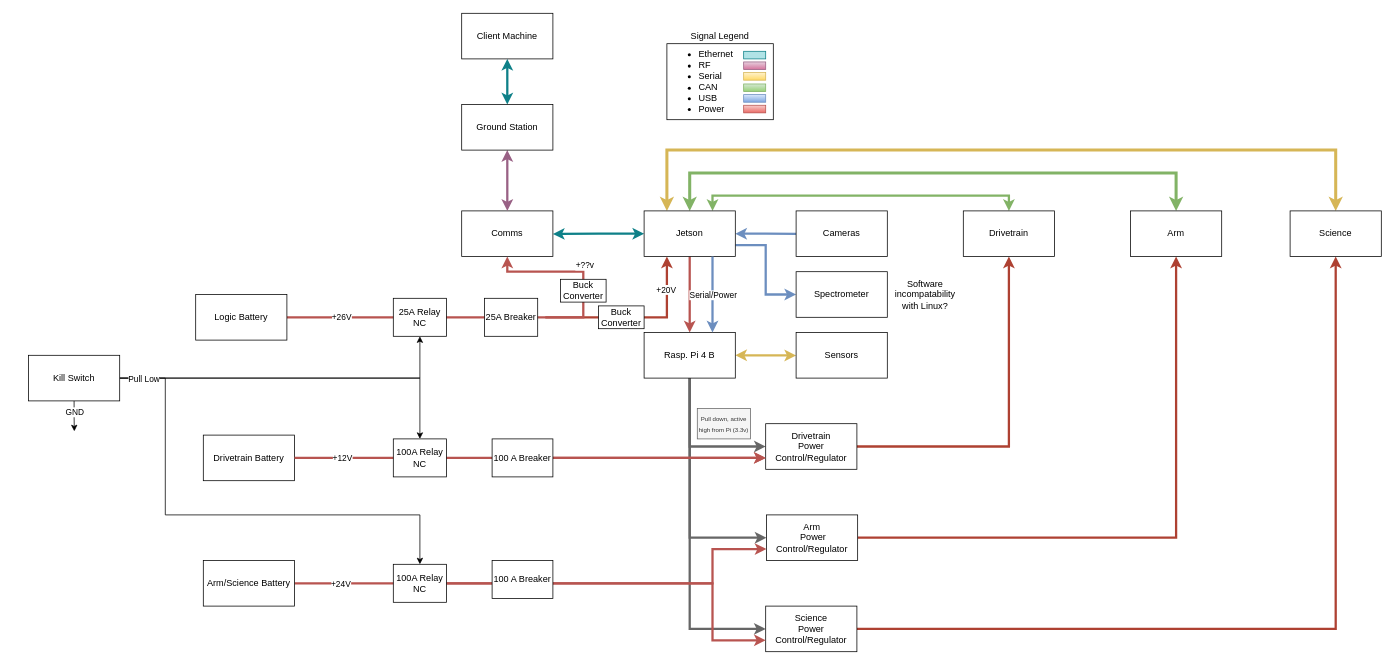
Above: page "High Level" (1 of 5) of Rover Architecture/BILLEE Hardware Rover Architecture.drawio in BroncoSpace-BILLEE/BILLEE-Hardware-2025-2026 (draw.io), before the change. Source tidied: cells renumbered, new cells numbered last; positions are measured from the earlier drawing's top-left corner, leaving out a move shared by most shapes. Both pictures are drawn from the tidied source at 76%, with x=0, y=0 at pixel (28, 13).
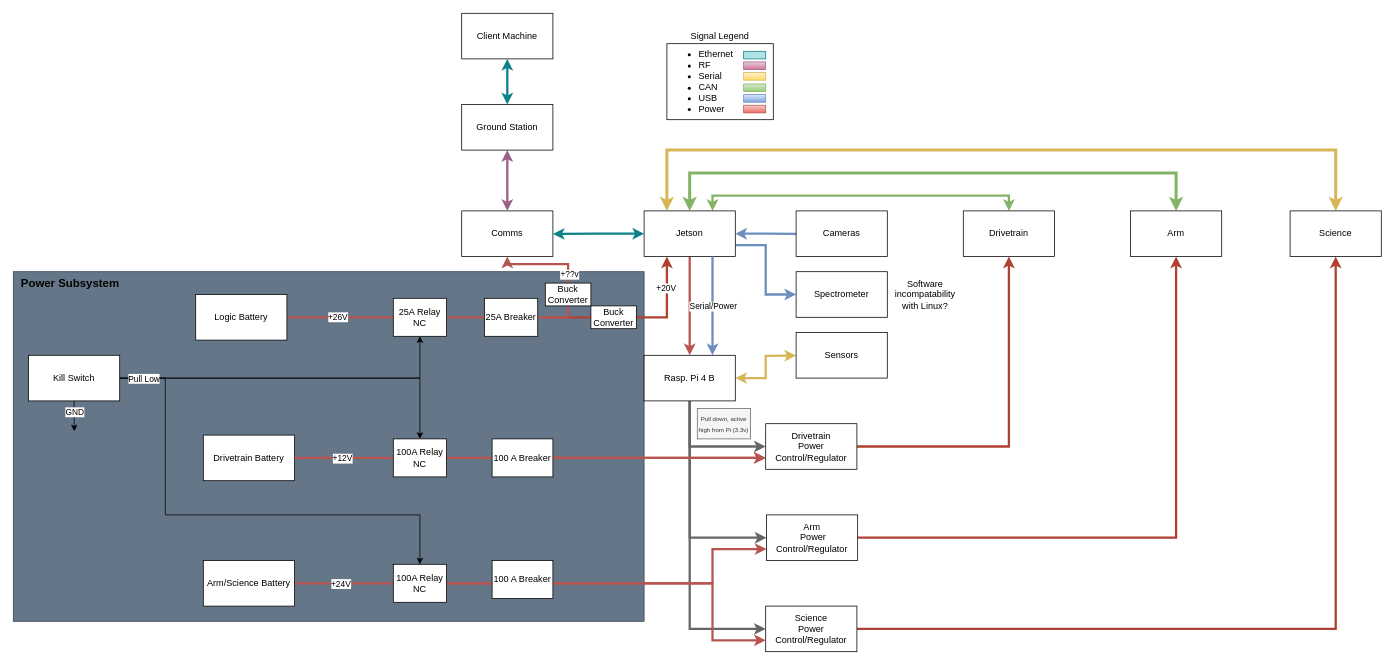
After the change.

The change refers to these unchanged cells:
```xml
<mxCell id="33" value="Comms" style="rounded=0;whiteSpace=wrap;html=1;" parent="1" vertex="1">
  <mxGeometry x="570" y="260" width="120" height="60" as="geometry" />
</mxCell>
<mxCell id="43" value="Logic Battery" style="rounded=0;whiteSpace=wrap;html=1;" parent="1" vertex="1">
  <mxGeometry x="220" y="370" width="120" height="60" as="geometry" />
</mxCell>
```

Diff of the diagram source:
```diff
@@
+    <mxCell id="72" style="rounded=0;whiteSpace=wrap;html=1;fillColor=#647687;strokeColor=#314354;fontColor=#ffffff;align=left;" parent="1" vertex="1">
+      <mxGeometry x="-20" y="340" width="830" height="460" as="geometry" />
+    </mxCell>
@@
     <mxCell id="14" value="Rasp. Pi 4 B" style="rounded=0;whiteSpace=wrap;html=1;" parent="1" vertex="1">
-      <mxGeometry x="810" y="420" width="120" height="60" as="geometry" />
+      <mxGeometry x="810" y="450" width="120" height="60" as="geometry" />
     </mxCell>
@@
     <mxCell id="40" style="edgeStyle=orthogonalEdgeStyle;rounded=0;jettySize=auto;html=1;exitX=1;exitY=0.5;exitDx=0;exitDy=0;entryX=0.5;entryY=1;entryDx=0;entryDy=0;fillColor=#f8cecc;gradientColor=#ea6b66;strokeColor=#b85450;strokeWidth=3;" parent="1" edge="1" source="43" target="33">
       <mxGeometry relative="1" as="geometry">
         <Array as="points">
-          <mxPoint x="730" y="400" />
-          <mxPoint x="730" y="340" />
-          <mxPoint x="630" y="340" />
+          <mxPoint x="710" y="400" />
+          <mxPoint x="710" y="330" />
+          <mxPoint x="630" y="330" />
         </Array>
       </mxGeometry>
     </mxCell>
@@
     <mxCell id="52" value="Buck Converter" style="rounded=0;whiteSpace=wrap;html=1;" parent="1" vertex="1">
-      <mxGeometry x="750" y="385" width="60" height="30" as="geometry" />
+      <mxGeometry x="740" y="385" width="60" height="30" as="geometry" />
     </mxCell>
     <mxCell id="53" value="Buck Converter" style="rounded=0;whiteSpace=wrap;html=1;" parent="1" vertex="1">
-      <mxGeometry x="700" y="350" width="60" height="30" as="geometry" />
+      <mxGeometry x="680" y="355" width="60" height="30" as="geometry" />
     </mxCell>
@@
+    <mxCell id="73" value="&lt;b style=&quot;font-size: 15px; text-align: left;&quot;&gt;Power Subsystem&lt;/b&gt;" style="text;html=1;whiteSpace=wrap;strokeColor=none;fillColor=none;align=center;verticalAlign=middle;rounded=0;" parent="1" vertex="1">
+      <mxGeometry x="-20" y="340" width="150" height="30" as="geometry" />
+    </mxCell>
```
